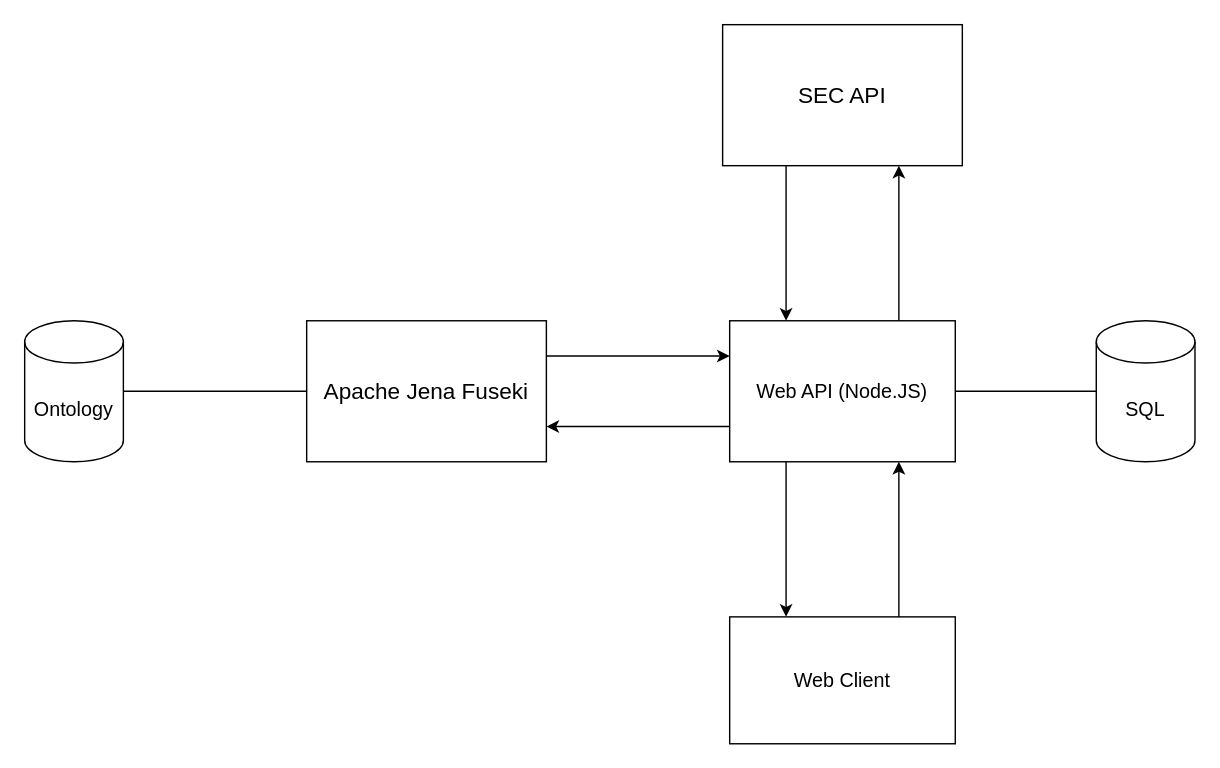
This is page "Architecture" (3 of 4) of Diagram/Design.drawio from onewkub/mutual-fund-api, a draw.io file, before an edit. Source tidied: cells renumbered, new cells numbered last; positions are measured from the earlier drawing's top-left corner, leaving out a move shared by most shapes. Both pictures are drawn from the tidied source at 141%, with x=0, y=0 at pixel (24, 24).
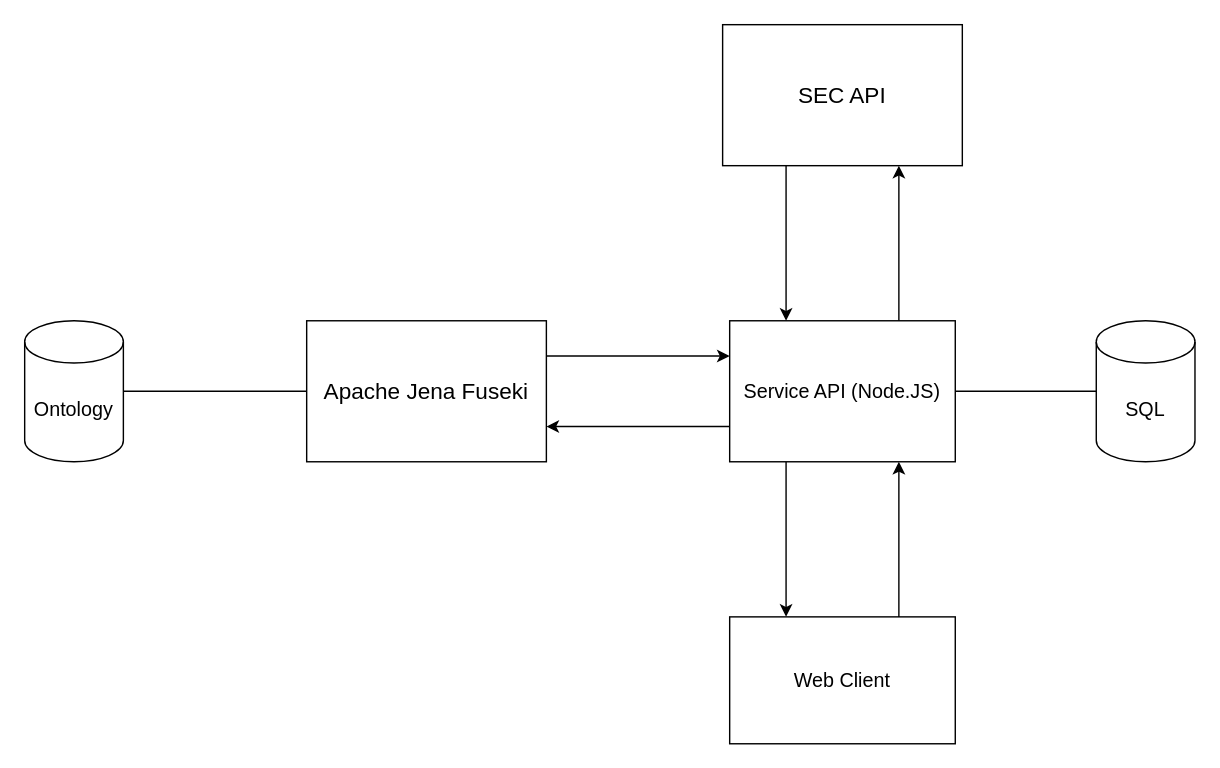
Above is the later version.

Diff of the diagram source:
```diff
@@
 <mxGraphModel>
   <root>
     <mxCell id="0" />
     <mxCell id="1" parent="0" />
     <mxCell id="2" value="&lt;font style=&quot;font-size: 14px&quot;&gt;SQL&lt;/font&gt;" style="shape=cylinder3;whiteSpace=wrap;html=1;boundedLbl=1;backgroundOutline=1;size=15;" parent="1" vertex="1">
       <mxGeometry x="760" y="210" width="70" height="100" as="geometry" />
     </mxCell>
     <mxCell id="3" value="&lt;font style=&quot;font-size: 14px&quot;&gt;Ontology&lt;/font&gt;" style="shape=cylinder3;whiteSpace=wrap;html=1;boundedLbl=1;backgroundOutline=1;size=15;" parent="1" vertex="1">
       <mxGeometry y="210" width="70" height="100" as="geometry" />
     </mxCell>
     <mxCell id="4" value="&lt;font style=&quot;font-size: 14px&quot;&gt;Web Client&lt;/font&gt;" style="rounded=0;whiteSpace=wrap;html=1;" parent="1" vertex="1">
       <mxGeometry x="500" y="420" width="160" height="90" as="geometry" />
     </mxCell>
     <mxCell id="5" style="edgeStyle=none;rounded=0;jettySize=auto;html=1;entryX=1;entryY=0.75;entryDx=0;entryDy=0;exitX=0;exitY=0.75;exitDx=0;exitDy=0;" parent="1" edge="1" source="9" target="12">
       <mxGeometry relative="1" as="geometry" />
     </mxCell>
     <mxCell id="6" style="edgeStyle=none;rounded=0;jettySize=auto;html=1;entryX=0.25;entryY=0;entryDx=0;entryDy=0;exitX=0.25;exitY=1;exitDx=0;exitDy=0;" parent="1" edge="1" source="9" target="4">
       <mxGeometry relative="1" as="geometry" />
     </mxCell>
     <mxCell id="7" style="edgeStyle=none;rounded=0;jettySize=auto;html=1;entryX=0.75;entryY=0;entryDx=0;entryDy=0;exitX=0.75;exitY=1;exitDx=0;exitDy=0;startArrow=classic;startFill=1;endArrow=none;endFill=0;" parent="1" edge="1" source="9" target="4">
       <mxGeometry relative="1" as="geometry" />
     </mxCell>
     <mxCell id="8" style="edgeStyle=none;rounded=0;jettySize=auto;html=1;entryX=0;entryY=0.5;entryDx=0;entryDy=0;entryPerimeter=0;startArrow=none;startFill=0;endArrow=none;endFill=0;" parent="1" edge="1" source="9" target="2">
       <mxGeometry relative="1" as="geometry" />
     </mxCell>
-    <mxCell id="9" value="&lt;font style=&quot;font-size: 14px&quot;&gt;Web API (Node.JS)&lt;/font&gt;" style="rounded=0;whiteSpace=wrap;html=1;" parent="1" vertex="1">
+    <mxCell id="9" value="&lt;font style=&quot;font-size: 14px&quot;&gt;Service API (Node.JS)&lt;/font&gt;" style="rounded=0;whiteSpace=wrap;html=1;" parent="1" vertex="1">
       <mxGeometry x="500" y="210" width="160" height="100" as="geometry" />
     </mxCell>
     <mxCell id="10" style="edgeStyle=none;rounded=0;jettySize=auto;html=1;entryX=0;entryY=0.25;entryDx=0;entryDy=0;exitX=1;exitY=0.25;exitDx=0;exitDy=0;" parent="1" edge="1" source="12" target="9">
       <mxGeometry relative="1" as="geometry" />
     </mxCell>
     <mxCell id="11" style="edgeStyle=none;rounded=0;jettySize=auto;html=1;entryX=1;entryY=0.5;entryDx=0;entryDy=0;entryPerimeter=0;startArrow=none;startFill=0;endArrow=none;endFill=0;" parent="1" edge="1" source="12" target="3">
       <mxGeometry relative="1" as="geometry" />
     </mxCell>
     <mxCell id="12" value="&lt;font style=&quot;font-size: 16px&quot;&gt;Apache Jena Fuseki&lt;/font&gt;" style="rounded=0;whiteSpace=wrap;html=1;" parent="1" vertex="1">
       <mxGeometry x="200" y="210" width="170" height="100" as="geometry" />
     </mxCell>
     <mxCell id="13" style="edgeStyle=none;rounded=0;jettySize=auto;html=1;entryX=0.75;entryY=0;entryDx=0;entryDy=0;startArrow=classic;startFill=1;endArrow=none;endFill=0;" parent="1" edge="1" target="9">
       <mxGeometry relative="1" as="geometry">
         <mxPoint x="620" y="100" as="sourcePoint" />
       </mxGeometry>
     </mxCell>
     <mxCell id="14" style="edgeStyle=none;rounded=0;jettySize=auto;html=1;startArrow=none;startFill=0;endArrow=classic;endFill=1;entryX=0.25;entryY=0;entryDx=0;entryDy=0;" parent="1" edge="1" target="9">
       <mxGeometry relative="1" as="geometry">
         <mxPoint x="540" y="100" as="sourcePoint" />
       </mxGeometry>
     </mxCell>
     <mxCell id="15" value="&lt;span style=&quot;font-size: 16px&quot;&gt;SEC API&lt;/span&gt;" style="rounded=0;whiteSpace=wrap;html=1;" parent="1" vertex="1">
       <mxGeometry x="495" width="170" height="100" as="geometry" />
     </mxCell>
   </root>
 </mxGraphModel>
```
